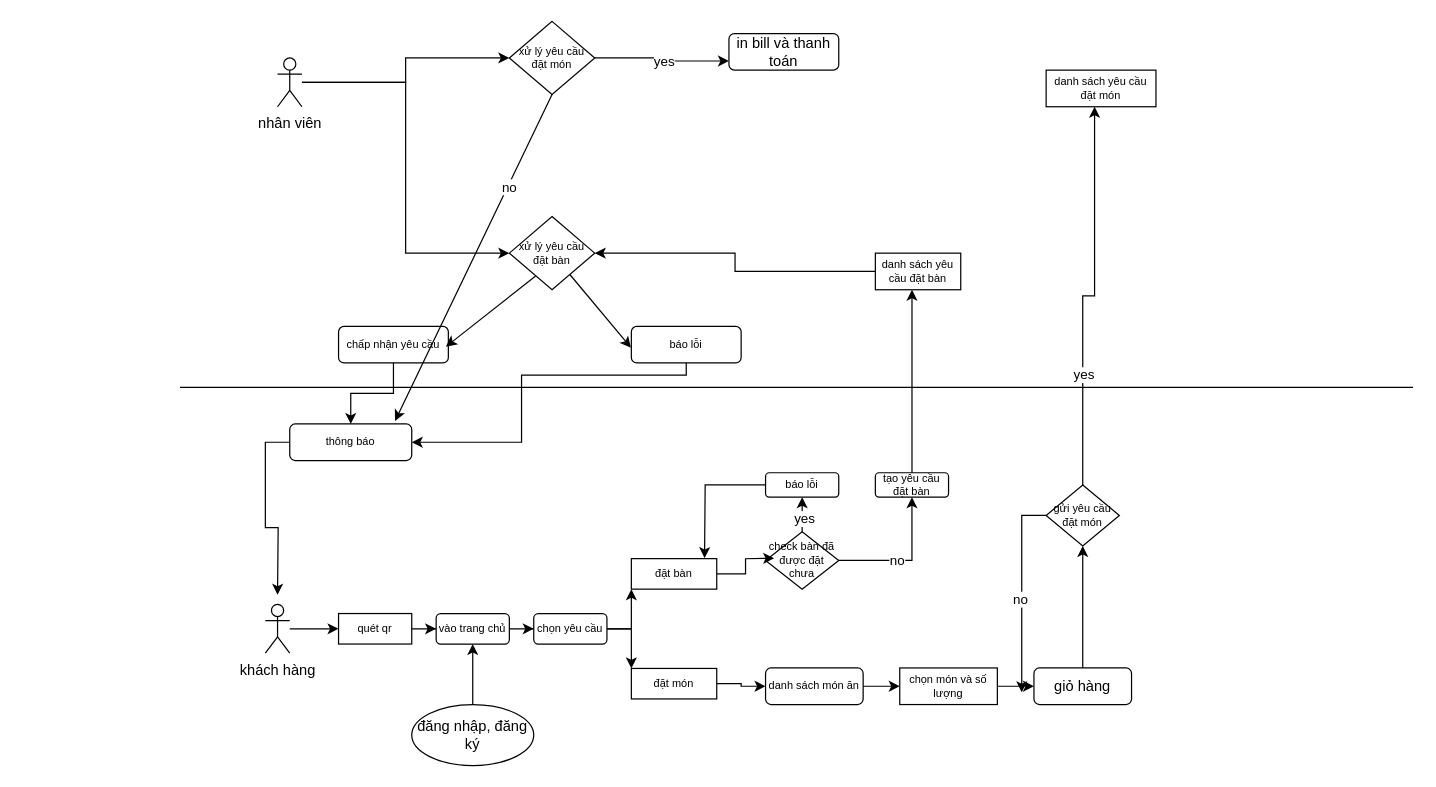
This is đề tài order bằng QR code của khách sạn balcona.drawio from phanvanhieu1/QRcode, a draw.io file, before an edit. Source tidied: cells renumbered, new cells numbered last; positions are measured from the earlier drawing's top-left corner, leaving out a move shared by most shapes. Both pictures are drawn from the tidied source at 122%, with x=0, y=0 at pixel (179, 21).
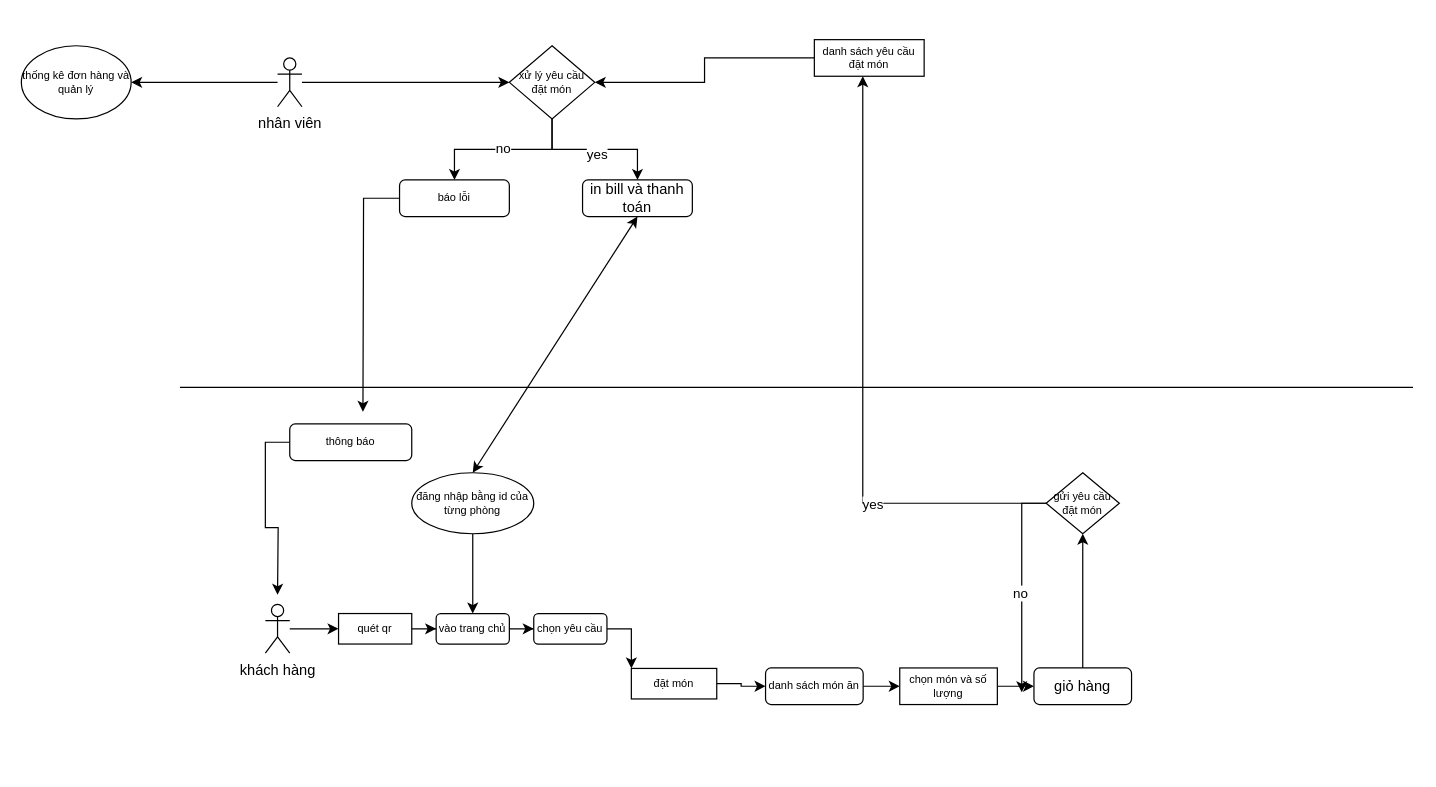
Above is the later version.

Commit message:
Cập nhật đề tài order bằng QR code của khách sạn balcona.drawio

Unchanged cells that the change refers to:
```xml
<mxCell id="5" value="vào trang chủ" style="rounded=1;whiteSpace=wrap;html=1;fontSize=9;" parent="1" vertex="1">
  <mxGeometry x="210" y="485.4" width="60" height="25" as="geometry" />
</mxCell>
<mxCell id="8" value="chọn yêu cầu" style="rounded=1;whiteSpace=wrap;html=1;fontSize=9;" parent="1" vertex="1">
  <mxGeometry x="290" y="485.4" width="60" height="25" as="geometry" />
</mxCell>
<mxCell id="53" value="thông báo" style="rounded=1;whiteSpace=wrap;html=1;fontSize=9;" parent="1" vertex="1">
  <mxGeometry x="90" y="330" width="100" height="30" as="geometry" />
</mxCell>
```

The edit, as a diff of the source:
```diff
@@
-    <mxCell id="6" style="edgeStyle=orthogonalEdgeStyle;rounded=0;jettySize=auto;html=1;entryX=0;entryY=1;entryDx=0;entryDy=0;" parent="1" edge="1" source="8" target="11">
-      <mxGeometry relative="1" as="geometry" />
-    </mxCell>
@@
-    <mxCell id="11" value="đặt bàn" style="rounded=0;whiteSpace=wrap;html=1;fontSize=9;" parent="1" vertex="1">
-      <mxGeometry x="370" y="440.4" width="70" height="25" as="geometry" />
-    </mxCell>
@@
-    <mxCell id="14" style="edgeStyle=orthogonalEdgeStyle;rounded=0;jettySize=auto;html=1;entryX=0.5;entryY=1;entryDx=0;entryDy=0;" parent="1" edge="1" source="18" target="21">
-      <mxGeometry relative="1" as="geometry" />
-    </mxCell>
-    <mxCell id="15" value="yes" style="edgeLabel;html=1;align=center;verticalAlign=middle;" parent="14" vertex="1">
-      <mxGeometry x="0.14" y="1" relative="1" as="geometry" />
-    </mxCell>
-    <mxCell id="16" style="edgeStyle=orthogonalEdgeStyle;rounded=0;jettySize=auto;html=1;entryX=0.5;entryY=1;entryDx=0;entryDy=0;" parent="1" edge="1" source="18" target="22">
-      <mxGeometry relative="1" as="geometry" />
-    </mxCell>
-    <mxCell id="17" value="no" style="edgeLabel;html=1;align=center;verticalAlign=middle;" parent="16" vertex="1">
-      <mxGeometry x="-0.16" relative="1" as="geometry" />
-    </mxCell>
-    <mxCell id="18" value="check bàn đã được đặt chưa" style="rhombus;whiteSpace=wrap;html=1;fontSize=9;" parent="1" vertex="1">
-      <mxGeometry x="480" y="418.4" width="60" height="47" as="geometry" />
-    </mxCell>
-    <mxCell id="19" style="edgeStyle=orthogonalEdgeStyle;rounded=0;jettySize=auto;html=1;entryX=0.118;entryY=0.566;entryDx=0;entryDy=0;entryPerimeter=0;" parent="1" edge="1" source="11">
-      <mxGeometry relative="1" as="geometry">
-        <mxPoint x="487.1" y="440" as="targetPoint" />
-      </mxGeometry>
-    </mxCell>
-    <mxCell id="20" style="edgeStyle=orthogonalEdgeStyle;rounded=0;jettySize=auto;html=1;" parent="1" edge="1" source="21">
-      <mxGeometry relative="1" as="geometry">
-        <mxPoint x="430" y="440" as="targetPoint" />
-      </mxGeometry>
-    </mxCell>
-    <mxCell id="21" value="báo lỗi" style="rounded=1;whiteSpace=wrap;html=1;fontSize=9;" parent="1" vertex="1">
-      <mxGeometry x="480" y="370" width="60" height="20" as="geometry" />
-    </mxCell>
-    <mxCell id="22" value="tạo yêu cầu đặt bàn" style="rounded=1;whiteSpace=wrap;html=1;fontSize=9;" parent="1" vertex="1">
-      <mxGeometry x="570" y="370" width="60" height="20" as="geometry" />
-    </mxCell>
@@
-    <mxCell id="24" style="edgeStyle=orthogonalEdgeStyle;rounded=0;jettySize=auto;html=1;entryX=1;entryY=0.5;entryDx=0;entryDy=0;" parent="1" edge="1" source="25" target="42">
-      <mxGeometry relative="1" as="geometry" />
-    </mxCell>
-    <mxCell id="25" value="danh sách yêu cầu đặt bàn" style="rounded=0;whiteSpace=wrap;html=1;fontSize=9;" parent="1" vertex="1">
-      <mxGeometry x="570" y="190" width="70" height="30" as="geometry" />
-    </mxCell>
-    <mxCell id="26" style="edgeStyle=orthogonalEdgeStyle;rounded=0;jettySize=auto;html=1;entryX=0.429;entryY=1;entryDx=0;entryDy=0;entryPerimeter=0;" parent="1" edge="1" source="22" target="25">
-      <mxGeometry relative="1" as="geometry" />
-    </mxCell>
@@
     <mxCell id="33" value="gửi yêu cầu đặt món" style="rhombus;whiteSpace=wrap;html=1;fontSize=9;" parent="1" vertex="1">
-      <mxGeometry x="710" y="380" width="60" height="50" as="geometry" />
+      <mxGeometry x="710" y="370" width="60" height="50" as="geometry" />
     </mxCell>
@@
-    <mxCell id="36" value="danh sách yêu cầu đặt món" style="rounded=0;whiteSpace=wrap;html=1;fontSize=9;" parent="1" vertex="1">
-      <mxGeometry x="710" y="40" width="90" height="30" as="geometry" />
-    </mxCell>
@@
-    <mxCell id="39" style="edgeStyle=orthogonalEdgeStyle;rounded=0;jettySize=auto;html=1;entryX=0;entryY=0.5;entryDx=0;entryDy=0;" parent="1" edge="1" source="41" target="42">
-      <mxGeometry relative="1" as="geometry" />
-    </mxCell>
-    <mxCell id="40" style="edgeStyle=orthogonalEdgeStyle;rounded=0;jettySize=auto;html=1;entryX=0;entryY=0.5;entryDx=0;entryDy=0;" parent="1" edge="1" source="41" target="45">
-      <mxGeometry relative="1" as="geometry" />
-    </mxCell>
-    <mxCell id="41" value="nhân viên" style="shape=umlActor;verticalLabelPosition=bottom;verticalAlign=top;html=1;outlineConnect=0;" parent="1" vertex="1">
-      <mxGeometry x="80" y="30" width="20" height="40" as="geometry" />
-    </mxCell>
-    <mxCell id="42" value="xử lý yêu cầu đặt bàn" style="rhombus;whiteSpace=wrap;html=1;fontSize=9;" parent="1" vertex="1">
-      <mxGeometry x="270" y="160" width="70" height="60" as="geometry" />
-    </mxCell>
-    <mxCell id="43" style="edgeStyle=orthogonalEdgeStyle;rounded=0;jettySize=auto;html=1;entryX=0;entryY=0.75;entryDx=0;entryDy=0;" parent="1" edge="1" source="45" target="54">
-      <mxGeometry relative="1" as="geometry" />
-    </mxCell>
-    <mxCell id="44" value="yes" style="edgeLabel;html=1;align=center;verticalAlign=middle;" parent="43" vertex="1">
-      <mxGeometry x="0.05" relative="1" as="geometry" />
-    </mxCell>
     <mxCell id="45" value="xử lý yêu cầu đặt món" style="rhombus;whiteSpace=wrap;html=1;fontSize=9;" parent="1" vertex="1">
-      <mxGeometry x="270" width="70" height="60" as="geometry" />
+      <mxGeometry x="270" y="20" width="70" height="60" as="geometry" />
     </mxCell>
-    <mxCell id="46" style="edgeStyle=orthogonalEdgeStyle;rounded=0;jettySize=auto;html=1;" parent="1" edge="1" source="47" target="53">
-      <mxGeometry relative="1" as="geometry" />
-    </mxCell>
-    <mxCell id="47" value="chấp nhận yêu cầu" style="rounded=1;whiteSpace=wrap;html=1;fontSize=9;" parent="1" vertex="1">
-      <mxGeometry x="130" y="250" width="90" height="30" as="geometry" />
-    </mxCell>
-    <mxCell id="48" style="edgeStyle=orthogonalEdgeStyle;rounded=0;jettySize=auto;html=1;entryX=1;entryY=0.5;entryDx=0;entryDy=0;" parent="1" edge="1" source="49" target="53">
-      <mxGeometry relative="1" as="geometry">
-        <Array as="points">
-          <mxPoint x="415" y="290" />
-          <mxPoint x="280" y="290" />
-          <mxPoint x="280" y="345" />
-        </Array>
-      </mxGeometry>
-    </mxCell>
-    <mxCell id="49" value="báo lỗi" style="rounded=1;whiteSpace=wrap;html=1;fontSize=9;" parent="1" vertex="1">
-      <mxGeometry x="370" y="250" width="90" height="30" as="geometry" />
-    </mxCell>
-    <mxCell id="50" style="endArrow=classic;html=1;rounded=0;verticalAlign=middle;exitX=0.308;exitY=0.813;exitDx=0;exitDy=0;exitPerimeter=0;entryX=0.978;entryY=0.556;entryDx=0;entryDy=0;entryPerimeter=0;" parent="1" edge="1" source="42" target="47">
-      <mxGeometry relative="1" as="geometry" />
-    </mxCell>
-    <mxCell id="51" style="endArrow=classic;html=1;rounded=0;verticalAlign=middle;entryX=-0.004;entryY=0.583;entryDx=0;entryDy=0;entryPerimeter=0;" parent="1" edge="1" source="42" target="49">
-      <mxGeometry relative="1" as="geometry" />
-    </mxCell>
+    <mxCell id="59" style="edgeStyle=orthogonalEdgeStyle;rounded=0;jettySize=auto;html=1;" parent="1" edge="1" source="49">
+      <mxGeometry relative="1" as="geometry">
+        <mxPoint x="150" y="320" as="targetPoint" />
+      </mxGeometry>
+    </mxCell>
@@
-    <mxCell id="54" value="in bill và thanh toán" style="rounded=1;whiteSpace=wrap;html=1;" parent="1" vertex="1">
-      <mxGeometry x="450" y="10" width="90" height="30" as="geometry" />
-    </mxCell>
-    <mxCell id="55" style="endArrow=classic;html=1;rounded=0;exitX=0.5;exitY=1;exitDx=0;exitDy=0;entryX=0.863;entryY=-0.083;entryDx=0;entryDy=0;entryPerimeter=0;" parent="1" edge="1" source="45" target="53">
-      <mxGeometry relative="1" as="geometry" />
-    </mxCell>
-    <mxCell id="56" value="no" style="edgeLabel;html=1;align=center;verticalAlign=middle;" parent="55" vertex="1">
-      <mxGeometry x="-0.44" y="1" relative="1" as="geometry" />
-    </mxCell>
-    <mxCell id="57" style="edgeStyle=orthogonalEdgeStyle;rounded=0;jettySize=auto;html=1;entryX=0.5;entryY=1;entryDx=0;entryDy=0;" parent="1" edge="1" source="58" target="5">
+    <mxCell id="57" style="edgeStyle=orthogonalEdgeStyle;rounded=0;jettySize=auto;html=1;entryX=0.5;entryY=0;entryDx=0;entryDy=0;" parent="1" edge="1" source="58" target="5">
       <mxGeometry relative="1" as="geometry" />
     </mxCell>
-    <mxCell id="58" value="đăng nhập, đăng ký" style="ellipse;whiteSpace=wrap;html=1;" parent="1" vertex="1">
-      <mxGeometry x="190" y="560" width="100" height="50" as="geometry" />
+    <mxCell id="58" value="đăng nhập bằng id của từng phòng" style="ellipse;whiteSpace=wrap;html=1;fontSize=9;" parent="1" vertex="1">
+      <mxGeometry x="190" y="370" width="100" height="50" as="geometry" />
     </mxCell>
+    <mxCell id="60" style="edgeStyle=orthogonalEdgeStyle;rounded=0;jettySize=auto;html=1;" parent="1" edge="1" source="36" target="45">
+      <mxGeometry relative="1" as="geometry" />
+    </mxCell>
+    <mxCell id="36" value="danh sách yêu cầu đặt món" style="rounded=0;whiteSpace=wrap;html=1;fontSize=9;" parent="1" vertex="1">
+      <mxGeometry x="520" y="15" width="90" height="30" as="geometry" />
+    </mxCell>
+    <mxCell id="40" style="edgeStyle=orthogonalEdgeStyle;rounded=0;jettySize=auto;html=1;entryX=0;entryY=0.5;entryDx=0;entryDy=0;" parent="1" edge="1" source="41" target="45">
+      <mxGeometry relative="1" as="geometry" />
+    </mxCell>
+    <mxCell id="61" style="edgeStyle=orthogonalEdgeStyle;rounded=0;jettySize=auto;html=1;entryX=1;entryY=0.5;entryDx=0;entryDy=0;" parent="1" edge="1" source="41" target="65">
+      <mxGeometry relative="1" as="geometry" />
+    </mxCell>
+    <mxCell id="41" value="nhân viên" style="shape=umlActor;verticalLabelPosition=bottom;verticalAlign=top;html=1;outlineConnect=0;" parent="1" vertex="1">
+      <mxGeometry x="80" y="30" width="20" height="40" as="geometry" />
+    </mxCell>
+    <mxCell id="62" style="edgeStyle=orthogonalEdgeStyle;rounded=0;jettySize=auto;html=1;" parent="1" edge="1" source="45" target="49">
+      <mxGeometry relative="1" as="geometry" />
+    </mxCell>
+    <mxCell id="63" value="no" style="edgeLabel;html=1;align=center;verticalAlign=middle;" parent="62" vertex="1">
+      <mxGeometry x="0.01" y="-2" relative="1" as="geometry" />
+    </mxCell>
+    <mxCell id="43" style="edgeStyle=orthogonalEdgeStyle;rounded=0;jettySize=auto;html=1;entryX=0.5;entryY=0;entryDx=0;entryDy=0;" parent="1" edge="1" source="45" target="54">
+      <mxGeometry relative="1" as="geometry" />
+    </mxCell>
+    <mxCell id="64" value="yes" style="edgeLabel;html=1;align=center;verticalAlign=middle;" parent="43" vertex="1">
+      <mxGeometry x="0.02" y="-3" relative="1" as="geometry" />
+    </mxCell>
+    <mxCell id="49" value="báo lỗi" style="rounded=1;whiteSpace=wrap;html=1;fontSize=9;" parent="1" vertex="1">
+      <mxGeometry x="180" y="130" width="90" height="30" as="geometry" />
+    </mxCell>
+    <mxCell id="54" value="in bill và thanh toán" style="rounded=1;whiteSpace=wrap;html=1;" parent="1" vertex="1">
+      <mxGeometry x="330" y="130" width="90" height="30" as="geometry" />
+    </mxCell>
+    <mxCell id="65" value="thống kê đơn hàng và quản lý" style="ellipse;whiteSpace=wrap;html=1;fontSize=9;" parent="1" vertex="1">
+      <mxGeometry x="-130" y="20" width="90" height="60" as="geometry" />
+    </mxCell>
+    <mxCell id="66" style="endArrow=classic;startArrow=classic;html=1;rounded=0;entryX=0.5;entryY=1;entryDx=0;entryDy=0;exitX=0.5;exitY=0;exitDx=0;exitDy=0;" parent="1" edge="1" source="58" target="54">
+      <mxGeometry relative="1" as="geometry" />
+    </mxCell>
```
